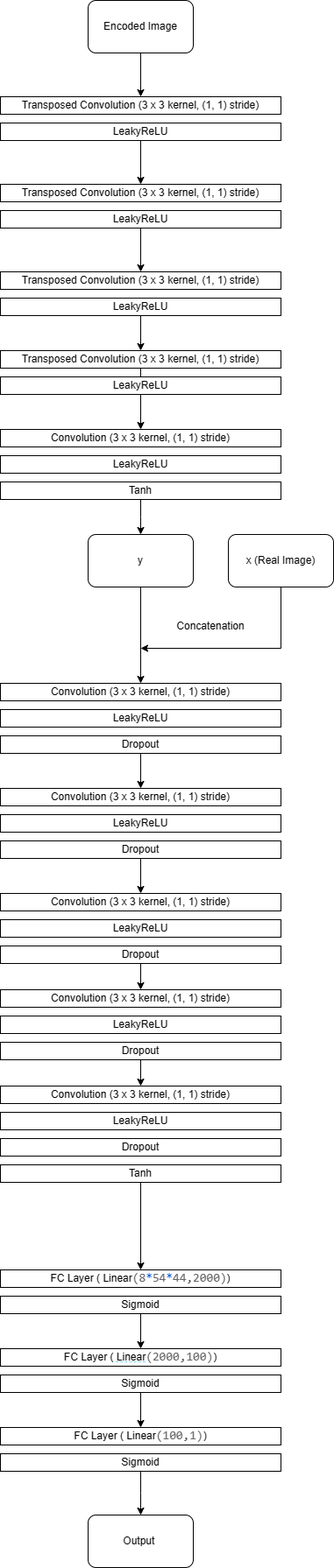
no-eyed/GAN-based-Image-Compression keeps this draw.io diagram as Discrimninator.png. Above is the earlier version. Source tidied: cells renumbered, new cells last; positions are measured from the earlier drawing's top-left corner, leaving out a move shared by most shapes.
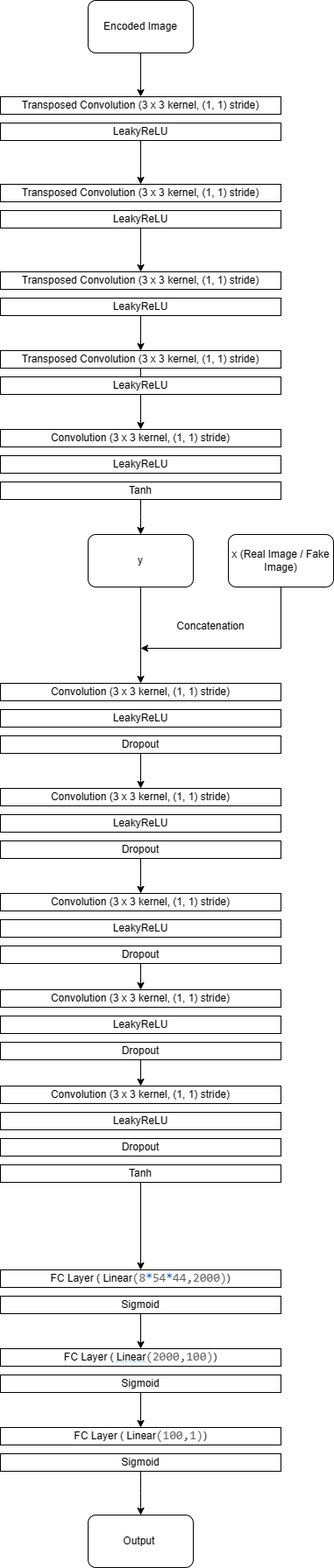
After the change.

The edit, as a diff of the source:
```diff
@@ -61,7 +61,7 @@
     <mxCell id="20" value="y" style="rounded=1;whiteSpace=wrap;html=1;" parent="1" vertex="1">
       <mxGeometry x="100" y="610" width="120" height="60" as="geometry" />
     </mxCell>
-    <mxCell id="21" value="x (Real Image)" style="rounded=1;whiteSpace=wrap;html=1;" parent="1" vertex="1">
+    <mxCell id="21" value="x (Real Image / Fake Image)" style="rounded=1;whiteSpace=wrap;html=1;" parent="1" vertex="1">
       <mxGeometry x="260" y="610" width="120" height="60" as="geometry" />
     </mxCell>
     <mxCell id="22" style="endArrow=classic;html=1;rounded=0;exitX=0.5;exitY=1;exitDx=0;exitDy=0;" parent="1" edge="1" source="21">
```
